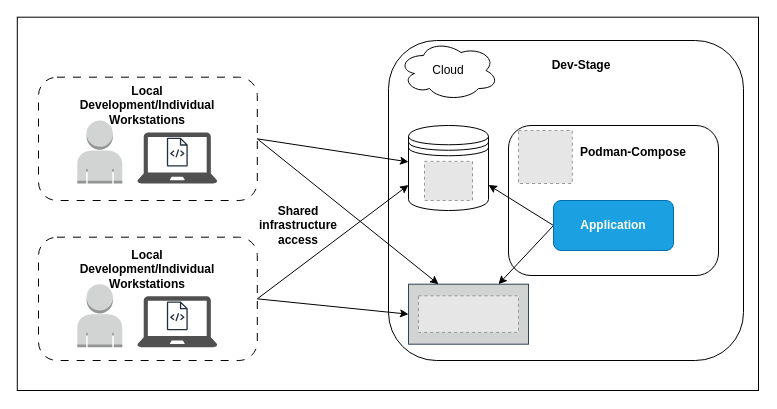
Earlier version of the draw.io diagram documentation/diagrams/InfrastructureDevStage.drawio (normanboettcher/BotPilot). Source tidied: cells renumbered, new cells numbered last; positions are measured from the earlier drawing's top-left corner, leaving out a move shared by most shapes. Both pictures are drawn from the tidied source at 100%, with x=0, y=0 at pixel (17, 17). Pictures stored in the file or linked from it are replaced by grey dashed boxes.
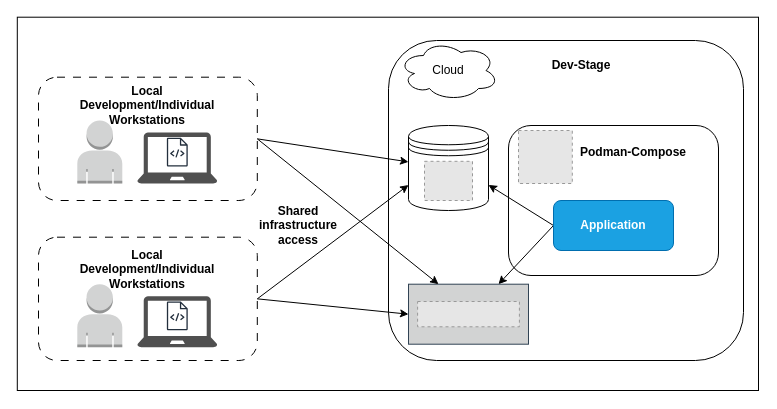
The same diagram, later.

Commit message (it also covers changes not shown here):
Changed - InfrastructureDevStage diagram

Diff of the diagram source:
```diff
@@
-    <mxCell id="30" style="fillColor=#E6E6E6;strokeColor=#999999;dashed=1;verticalLabelPosition=bottom;labelBackgroundColor=default;verticalAlign=top;" parent="1" vertex="1">
-      <mxGeometry x="401" y="278.3" width="100" height="36.6" as="geometry" />
-    </mxCell>
@@
+    <mxCell id="34" style="fillColor=#E6E6E6;strokeColor=#999999;dashed=1;verticalLabelPosition=bottom;labelBackgroundColor=default;verticalAlign=top;" parent="1" vertex="1">
+      <mxGeometry x="400.1" y="284" width="101.8" height="25.3" as="geometry" />
+    </mxCell>
```
